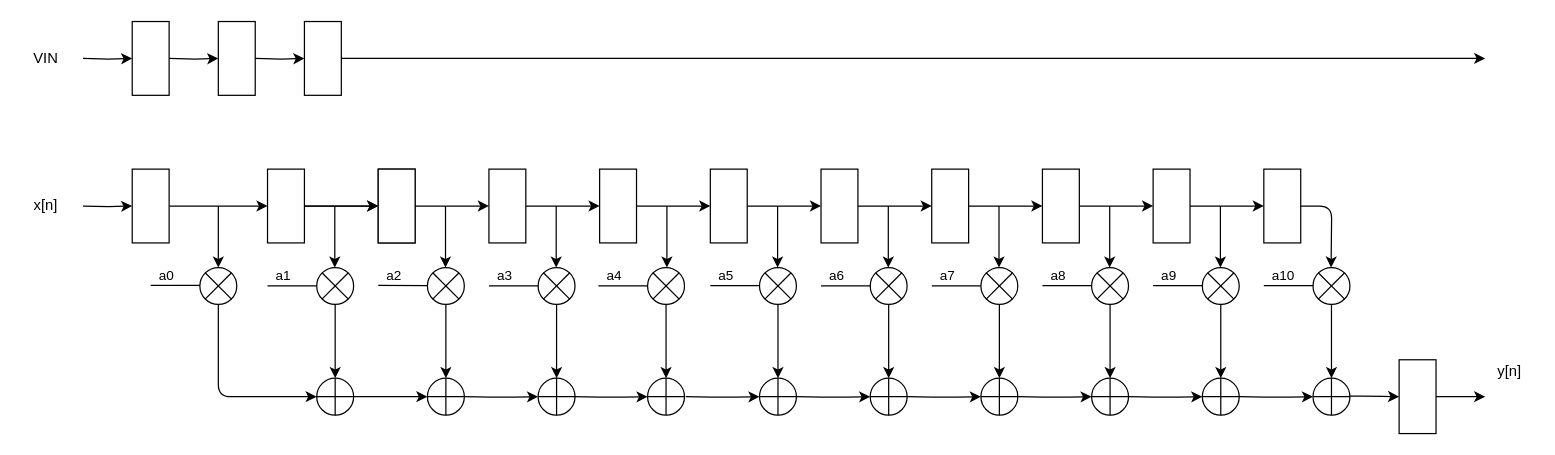
Before: report/schematic/FIR.drawio in lorenzocarrano/ISA_2021_Group21_Labs, a draw.io diagram. Source tidied: cells renumbered, new cells numbered last; positions are measured from the earlier drawing's top-left corner, leaving out a move shared by most shapes. Both pictures are drawn from the tidied source at 123%, with x=0, y=0 at pixel (21, 21).
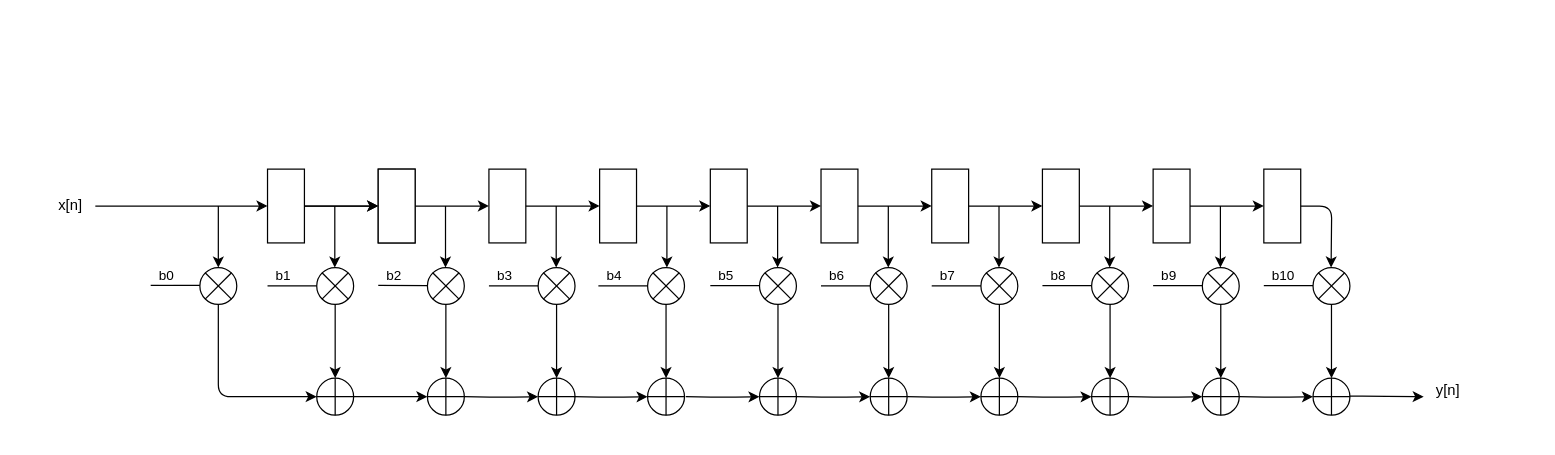
The same page after the edit.

Commit message (it also covers changes not shown here):
New filter schematic

Unchanged cells that the change refers to:
```xml
<mxCell id="7" style="endArrow=none;html=1;entryX=0;entryY=0.5;entryDx=0;entryDy=0;entryPerimeter=0;" parent="1" edge="1" target="2">
  <mxGeometry relative="1" as="geometry">
    <mxPoint x="200" y="214.9" as="sourcePoint" />
  </mxGeometry>
</mxCell>
<mxCell id="22" style="endArrow=none;html=1;entryX=0;entryY=0.5;entryDx=0;entryDy=0;entryPerimeter=0;" parent="17" edge="1">
  <mxGeometry relative="1" as="geometry">
    <mxPoint x="20" y="14.9" as="sourcePoint" />
    <mxPoint x="60" y="15" as="targetPoint" />
  </mxGeometry>
</mxCell>
<mxCell id="29" style="endArrow=none;html=1;entryX=0;entryY=0.5;entryDx=0;entryDy=0;entryPerimeter=0;" parent="24" edge="1">
  <mxGeometry relative="1" as="geometry">
    <mxPoint x="20" y="14.7" as="sourcePoint" />
    <mxPoint x="60" y="14.8" as="targetPoint" />
  </mxGeometry>
</mxCell>
<mxCell id="36" style="endArrow=none;html=1;entryX=0;entryY=0.5;entryDx=0;entryDy=0;entryPerimeter=0;" parent="31" edge="1">
  <mxGeometry relative="1" as="geometry">
    <mxPoint x="20" y="14.9" as="sourcePoint" />
    <mxPoint x="60" y="15" as="targetPoint" />
  </mxGeometry>
</mxCell>
<mxCell id="43" style="endArrow=none;html=1;entryX=0;entryY=0.5;entryDx=0;entryDy=0;entryPerimeter=0;" parent="38" edge="1">
  <mxGeometry relative="1" as="geometry">
    <mxPoint x="20" y="14.9" as="sourcePoint" />
    <mxPoint x="60" y="15" as="targetPoint" />
  </mxGeometry>
</mxCell>
<mxCell id="50" style="endArrow=none;html=1;entryX=0;entryY=0.5;entryDx=0;entryDy=0;entryPerimeter=0;" parent="45" edge="1">
  <mxGeometry relative="1" as="geometry">
    <mxPoint x="20" y="14.7" as="sourcePoint" />
    <mxPoint x="60" y="14.8" as="targetPoint" />
  </mxGeometry>
</mxCell>
<mxCell id="57" style="endArrow=none;html=1;entryX=0;entryY=0.5;entryDx=0;entryDy=0;entryPerimeter=0;" parent="52" edge="1">
  <mxGeometry relative="1" as="geometry">
    <mxPoint x="20" y="14.7" as="sourcePoint" />
    <mxPoint x="60" y="14.8" as="targetPoint" />
  </mxGeometry>
</mxCell>
<mxCell id="64" style="endArrow=none;html=1;entryX=0;entryY=0.5;entryDx=0;entryDy=0;entryPerimeter=0;" parent="59" edge="1">
  <mxGeometry relative="1" as="geometry">
    <mxPoint x="20" y="14.7" as="sourcePoint" />
    <mxPoint x="60" y="14.8" as="targetPoint" />
  </mxGeometry>
</mxCell>
<mxCell id="67" style="endArrow=none;html=1;entryX=0;entryY=0.5;entryDx=0;entryDy=0;entryPerimeter=0;" parent="1" edge="1">
  <mxGeometry relative="1" as="geometry">
    <mxPoint x="105" y="214.5" as="sourcePoint" />
    <mxPoint x="145" y="214.6" as="targetPoint" />
  </mxGeometry>
</mxCell>
<mxCell id="69" style="endArrow=none;html=1;entryX=0;entryY=0.5;entryDx=0;entryDy=0;entryPerimeter=0;" parent="1" edge="1">
  <mxGeometry relative="1" as="geometry">
    <mxPoint x="290" y="214.6" as="sourcePoint" />
    <mxPoint x="330" y="214.7" as="targetPoint" />
  </mxGeometry>
</mxCell>
<mxCell id="71" style="endArrow=none;html=1;entryX=0;entryY=0.5;entryDx=0;entryDy=0;entryPerimeter=0;" parent="1" edge="1">
  <mxGeometry relative="1" as="geometry">
    <mxPoint x="380" y="214.9" as="sourcePoint" />
    <mxPoint x="420" y="215" as="targetPoint" />
  </mxGeometry>
</mxCell>
```

Change to the diagram source:
```diff
@@
-    <mxCell id="8" value="a1" style="edgeLabel;html=1;align=left;verticalAlign=bottom;labelPosition=right;verticalLabelPosition=top;" parent="7" vertex="1">
+    <mxCell id="8" value="b1" style="edgeLabel;html=1;align=left;verticalAlign=bottom;labelPosition=right;verticalLabelPosition=top;" parent="7" vertex="1">
       <mxGeometry x="-0.73" relative="1" as="geometry" />
     </mxCell>
@@
-    <mxCell id="23" value="a4" style="edgeLabel;html=1;align=left;verticalAlign=bottom;labelPosition=right;verticalLabelPosition=top;" parent="22" vertex="1">
+    <mxCell id="23" value="b4" style="edgeLabel;html=1;align=left;verticalAlign=bottom;labelPosition=right;verticalLabelPosition=top;" parent="22" vertex="1">
       <mxGeometry x="-0.73" relative="1" as="geometry" />
     </mxCell>
@@
-    <mxCell id="30" value="a5" style="edgeLabel;html=1;align=left;verticalAlign=bottom;labelPosition=right;verticalLabelPosition=top;" parent="29" vertex="1">
+    <mxCell id="30" value="b5" style="edgeLabel;html=1;align=left;verticalAlign=bottom;labelPosition=right;verticalLabelPosition=top;" parent="29" vertex="1">
       <mxGeometry x="-0.73" relative="1" as="geometry" />
     </mxCell>
@@
-    <mxCell id="37" value="a6" style="edgeLabel;html=1;align=left;verticalAlign=bottom;labelPosition=right;verticalLabelPosition=top;" parent="36" vertex="1">
+    <mxCell id="37" value="b6" style="edgeLabel;html=1;align=left;verticalAlign=bottom;labelPosition=right;verticalLabelPosition=top;" parent="36" vertex="1">
       <mxGeometry x="-0.73" relative="1" as="geometry" />
     </mxCell>
@@
-    <mxCell id="44" value="a7" style="edgeLabel;html=1;align=left;verticalAlign=bottom;labelPosition=right;verticalLabelPosition=top;" parent="43" vertex="1">
+    <mxCell id="44" value="b7" style="edgeLabel;html=1;align=left;verticalAlign=bottom;labelPosition=right;verticalLabelPosition=top;" parent="43" vertex="1">
       <mxGeometry x="-0.73" relative="1" as="geometry" />
     </mxCell>
@@
-    <mxCell id="51" value="a8" style="edgeLabel;html=1;align=left;verticalAlign=bottom;labelPosition=right;verticalLabelPosition=top;" parent="50" vertex="1">
+    <mxCell id="51" value="b8" style="edgeLabel;html=1;align=left;verticalAlign=bottom;labelPosition=right;verticalLabelPosition=top;" parent="50" vertex="1">
       <mxGeometry x="-0.73" relative="1" as="geometry" />
     </mxCell>
@@
-    <mxCell id="58" value="a9" style="edgeLabel;html=1;align=left;verticalAlign=bottom;labelPosition=right;verticalLabelPosition=top;" parent="57" vertex="1">
+    <mxCell id="58" value="b9" style="edgeLabel;html=1;align=left;verticalAlign=bottom;labelPosition=right;verticalLabelPosition=top;" parent="57" vertex="1">
       <mxGeometry x="-0.73" relative="1" as="geometry" />
     </mxCell>
@@
-    <mxCell id="65" value="a10" style="edgeLabel;html=1;align=left;verticalAlign=bottom;labelPosition=right;verticalLabelPosition=top;" parent="64" vertex="1">
+    <mxCell id="65" value="b10" style="edgeLabel;html=1;align=left;verticalAlign=bottom;labelPosition=right;verticalLabelPosition=top;" parent="64" vertex="1">
       <mxGeometry x="-0.73" relative="1" as="geometry" />
     </mxCell>
     <mxCell id="66" style="endArrow=classic;html=1;edgeStyle=orthogonalEdgeStyle;elbow=vertical;" parent="1" edge="1">
       <mxGeometry relative="1" as="geometry">
         <mxPoint x="1080" y="304.6" as="sourcePoint" />
-        <mxPoint x="1120" y="305" as="targetPoint" />
+        <mxPoint x="1140" y="305" as="targetPoint" />
         <Array as="points">
           <mxPoint x="1100" y="305" />
           <mxPoint x="1100" y="305" />
         </Array>
       </mxGeometry>
     </mxCell>
@@
-    <mxCell id="68" value="a0" style="edgeLabel;html=1;align=left;verticalAlign=bottom;labelPosition=right;verticalLabelPosition=top;" parent="67" vertex="1">
+    <mxCell id="68" value="b0" style="edgeLabel;html=1;align=left;verticalAlign=bottom;labelPosition=right;verticalLabelPosition=top;" parent="67" vertex="1">
       <mxGeometry x="-0.73" relative="1" as="geometry" />
     </mxCell>
@@
-    <mxCell id="70" value="a2" style="edgeLabel;html=1;align=left;verticalAlign=bottom;labelPosition=right;verticalLabelPosition=top;" parent="69" vertex="1">
+    <mxCell id="70" value="b2" style="edgeLabel;html=1;align=left;verticalAlign=bottom;labelPosition=right;verticalLabelPosition=top;" parent="69" vertex="1">
       <mxGeometry x="-0.73" relative="1" as="geometry" />
     </mxCell>
@@
-    <mxCell id="72" value="a3" style="edgeLabel;html=1;align=left;verticalAlign=bottom;labelPosition=right;verticalLabelPosition=top;" parent="71" vertex="1">
+    <mxCell id="72" value="b3" style="edgeLabel;html=1;align=left;verticalAlign=bottom;labelPosition=right;verticalLabelPosition=top;" parent="71" vertex="1">
       <mxGeometry x="-0.73" relative="1" as="geometry" />
     </mxCell>
-    <mxCell id="73" style="endArrow=classic;html=1;exitX=1;exitY=0.5;exitDx=0;exitDy=0;" parent="1" edge="1" source="109">
+    <mxCell id="73" style="endArrow=classic;html=1;" parent="1" edge="1">
       <mxGeometry relative="1" as="geometry">
+        <mxPoint x="60" y="150" as="sourcePoint" />
         <mxPoint x="200" y="150" as="targetPoint" />
         <Array as="points">
           <mxPoint x="170" y="150" />
         </Array>
       </mxGeometry>
     </mxCell>
@@
-    <mxCell id="106" style="edgeStyle=orthogonalEdgeStyle;rounded=0;jettySize=auto;html=1;entryX=0;entryY=0.5;entryDx=0;entryDy=0;" parent="1" edge="1" target="109">
-      <mxGeometry relative="1" as="geometry">
-        <mxPoint x="50" y="150" as="sourcePoint" />
-      </mxGeometry>
-    </mxCell>
     <mxCell id="107" value="x[n]" style="text;html=1;strokeColor=none;fillColor=none;align=center;verticalAlign=middle;whiteSpace=wrap;rounded=0;" parent="1" vertex="1">
-      <mxGeometry y="140" width="40" height="20" as="geometry" />
+      <mxGeometry x="20" y="140" width="40" height="20" as="geometry" />
     </mxCell>
     <mxCell id="108" value="y[n]" style="text;html=1;strokeColor=none;fillColor=none;align=center;verticalAlign=middle;whiteSpace=wrap;rounded=0;" parent="1" vertex="1">
-      <mxGeometry x="1190" y="275" width="40" height="20" as="geometry" />
+      <mxGeometry x="1140" y="290" width="40" height="20" as="geometry" />
     </mxCell>
-    <mxCell id="109" style="rounded=0;whiteSpace=wrap;html=1;" parent="1" vertex="1">
-      <mxGeometry x="90" y="120" width="30" height="60" as="geometry" />
-    </mxCell>
-    <mxCell id="110" style="edgeStyle=orthogonalEdgeStyle;rounded=0;jettySize=auto;html=1;exitX=1;exitY=0.5;exitDx=0;exitDy=0;" parent="1" edge="1" source="111">
-      <mxGeometry relative="1" as="geometry">
-        <mxPoint x="1190" y="305" as="targetPoint" />
-      </mxGeometry>
-    </mxCell>
-    <mxCell id="111" style="rounded=0;whiteSpace=wrap;html=1;" parent="1" vertex="1">
-      <mxGeometry x="1120" y="275" width="30" height="60" as="geometry" />
-    </mxCell>
-    <mxCell id="112" style="edgeStyle=orthogonalEdgeStyle;rounded=0;jettySize=auto;html=1;entryX=0;entryY=0.5;entryDx=0;entryDy=0;" parent="1" edge="1" target="114">
-      <mxGeometry relative="1" as="geometry">
-        <mxPoint x="50" y="30" as="sourcePoint" />
-      </mxGeometry>
-    </mxCell>
-    <mxCell id="113" value="VIN" style="text;html=1;strokeColor=none;fillColor=none;align=center;verticalAlign=middle;whiteSpace=wrap;rounded=0;" parent="1" vertex="1">
-      <mxGeometry y="20" width="40" height="20" as="geometry" />
-    </mxCell>
-    <mxCell id="114" style="rounded=0;whiteSpace=wrap;html=1;" parent="1" vertex="1">
-      <mxGeometry x="90" width="30" height="60" as="geometry" />
-    </mxCell>
-    <mxCell id="115" style="edgeStyle=orthogonalEdgeStyle;rounded=0;jettySize=auto;html=1;entryX=0;entryY=0.5;entryDx=0;entryDy=0;" parent="1" edge="1" target="116">
-      <mxGeometry relative="1" as="geometry">
-        <mxPoint x="120" y="30" as="sourcePoint" />
-      </mxGeometry>
-    </mxCell>
-    <mxCell id="116" style="rounded=0;whiteSpace=wrap;html=1;" parent="1" vertex="1">
-      <mxGeometry x="160" width="30" height="60" as="geometry" />
-    </mxCell>
-    <mxCell id="117" style="edgeStyle=orthogonalEdgeStyle;rounded=0;jettySize=auto;html=1;entryX=0;entryY=0.5;entryDx=0;entryDy=0;" parent="1" edge="1" target="118">
-      <mxGeometry relative="1" as="geometry">
-        <mxPoint x="190" y="30" as="sourcePoint" />
-      </mxGeometry>
-    </mxCell>
-    <mxCell id="118" style="rounded=0;whiteSpace=wrap;html=1;" parent="1" vertex="1">
-      <mxGeometry x="230" width="30" height="60" as="geometry" />
-    </mxCell>
-    <mxCell id="119" style="endArrow=classic;html=1;exitX=1;exitY=0.5;exitDx=0;exitDy=0;" parent="1" edge="1" source="118">
-      <mxGeometry relative="1" as="geometry">
-        <mxPoint x="1190" y="30" as="targetPoint" />
-      </mxGeometry>
-    </mxCell>
```
